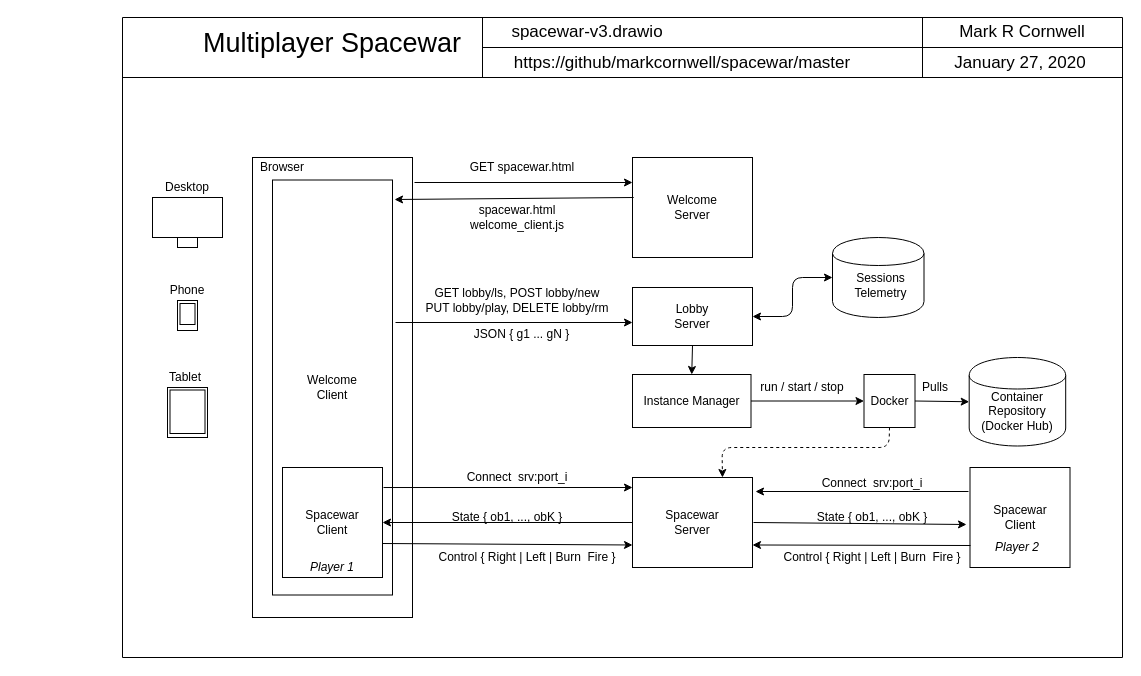
Above: doc/spacewar-v3.drawio in markcornwell/spacewar (draw.io), before the change. Source tidied: cells renumbered, new cells numbered last; positions are measured from the earlier drawing's top-left corner, leaving out a move shared by most shapes. Both pictures are drawn from the tidied source at 100%, with x=0, y=0 at pixel (17, 17).
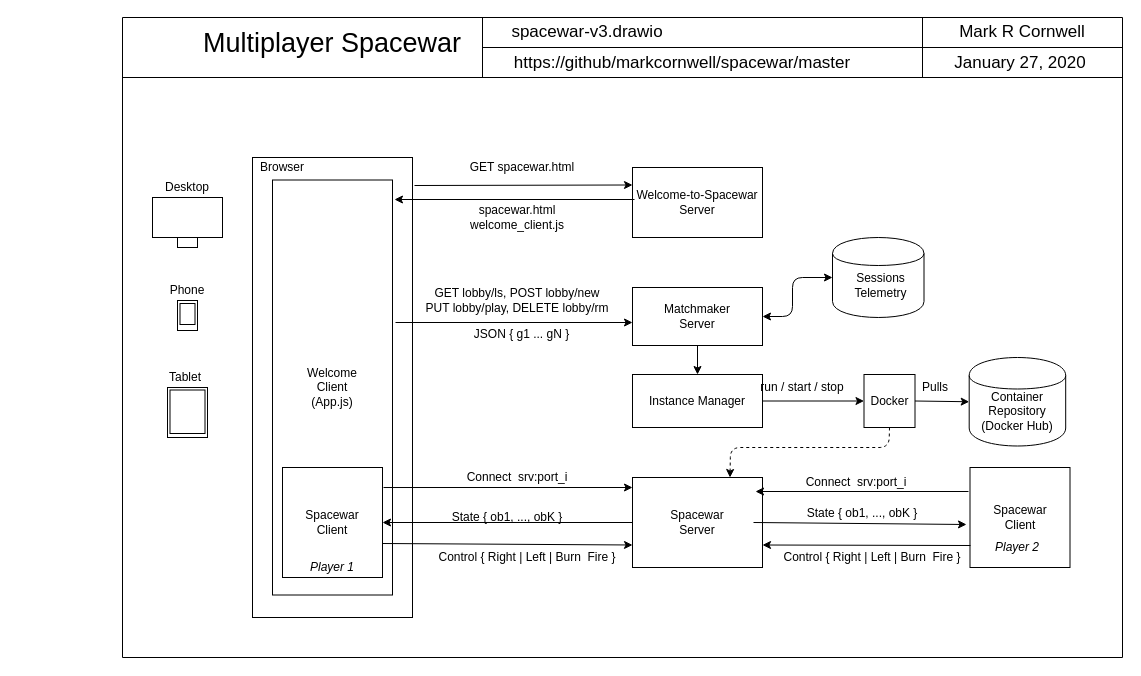
The same diagram, later.

Unchanged cells that the change refers to:
```xml
<mxCell id="62" value="Docker" style="rounded=0;whiteSpace=wrap;html=1;" parent="1" vertex="1">
  <mxGeometry x="846.5" y="357" width="51" height="53" as="geometry" />
</mxCell>
```

Diff of the diagram source:
```diff
@@
-    <mxCell id="9" value="Welcome&lt;br&gt;Client" style="rounded=0;whiteSpace=wrap;html=1;" parent="1" vertex="1">
+    <mxCell id="9" value="Welcome&lt;br&gt;Client&lt;br&gt;(App.js)" style="rounded=0;whiteSpace=wrap;html=1;" parent="1" vertex="1">
       <mxGeometry x="255" y="162.5" width="120" height="415" as="geometry" />
     </mxCell>
@@
-    <mxCell id="11" value="Welcome&lt;br&gt;Server" style="rounded=0;whiteSpace=wrap;html=1;" parent="1" vertex="1">
-      <mxGeometry x="615" y="140" width="120" height="100" as="geometry" />
+    <mxCell id="11" value="Welcome-to-Spacewar&lt;br&gt;Server" style="rounded=0;whiteSpace=wrap;html=1;" parent="1" vertex="1">
+      <mxGeometry x="615" y="150" width="130" height="70" as="geometry" />
     </mxCell>
@@
-    <mxCell id="13" value="Lobby&lt;br&gt;Server" style="rounded=0;whiteSpace=wrap;html=1;" parent="1" vertex="1">
-      <mxGeometry x="615" y="270" width="120" height="58" as="geometry" />
+    <mxCell id="13" value="Matchmaker&lt;br&gt;Server" style="rounded=0;whiteSpace=wrap;html=1;" parent="1" vertex="1">
+      <mxGeometry x="615" y="270" width="130" height="58" as="geometry" />
     </mxCell>
     <mxCell id="14" value="Spacewar&lt;br&gt;Server" style="rounded=0;whiteSpace=wrap;html=1;" parent="1" vertex="1">
-      <mxGeometry x="615" y="460" width="120" height="90" as="geometry" />
+      <mxGeometry x="615" y="460" width="130" height="90" as="geometry" />
     </mxCell>
     <mxCell id="15" value="Instance Manager" style="rounded=0;whiteSpace=wrap;html=1;" parent="1" vertex="1">
-      <mxGeometry x="615" y="357" width="118.5" height="53" as="geometry" />
+      <mxGeometry x="615" y="357" width="130" height="53" as="geometry" />
     </mxCell>
@@
-    <mxCell id="22" style="endArrow=classic;html=1;exitX=0.01;exitY=0.4;exitDx=0;exitDy=0;entryX=1.017;entryY=0.047;entryDx=0;entryDy=0;entryPerimeter=0;exitPerimeter=0;" parent="1" edge="1" source="11" target="9">
-      <mxGeometry relative="1" as="geometry" />
+    <mxCell id="22" style="endArrow=classic;html=1;" parent="1" edge="1">
+      <mxGeometry relative="1" as="geometry">
+        <mxPoint x="617" y="182" as="sourcePoint" />
+        <mxPoint x="377" y="182" as="targetPoint" />
+      </mxGeometry>
     </mxCell>
@@
     <mxCell id="33" style="endArrow=classic;html=1;entryX=0;entryY=0.25;entryDx=0;entryDy=0;" parent="1" edge="1" target="11">
       <mxGeometry relative="1" as="geometry">
-        <mxPoint x="397" y="165" as="sourcePoint" />
+        <mxPoint x="397" y="168" as="sourcePoint" />
       </mxGeometry>
     </mxCell>
@@
     <mxCell id="44" value="Connect&amp;nbsp; srv:port_i" style="text;html=1;strokeColor=none;fillColor=none;align=center;verticalAlign=middle;whiteSpace=wrap;rounded=0;" parent="1" vertex="1">
-      <mxGeometry x="795" y="456" width="120" height="20" as="geometry" />
+      <mxGeometry x="779" y="455" width="120" height="20" as="geometry" />
     </mxCell>
     <mxCell id="45" value="State { ob1, ..., obK }" style="text;html=1;strokeColor=none;fillColor=none;align=center;verticalAlign=middle;whiteSpace=wrap;rounded=0;" parent="1" vertex="1">
-      <mxGeometry x="785" y="490" width="140" height="20" as="geometry" />
+      <mxGeometry x="775" y="486" width="140" height="20" as="geometry" />
     </mxCell>
@@
     <mxCell id="64" style="endArrow=classic;html=1;entryX=0.75;entryY=0;entryDx=0;entryDy=0;exitX=0.5;exitY=1;exitDx=0;exitDy=0;dashed=1;" parent="1" edge="1" source="62" target="14">
       <mxGeometry relative="1" as="geometry">
         <Array as="points">
           <mxPoint x="871.5" y="430" />
-          <mxPoint x="704.5" y="430" />
+          <mxPoint x="713" y="430" />
         </Array>
       </mxGeometry>
     </mxCell>
```
